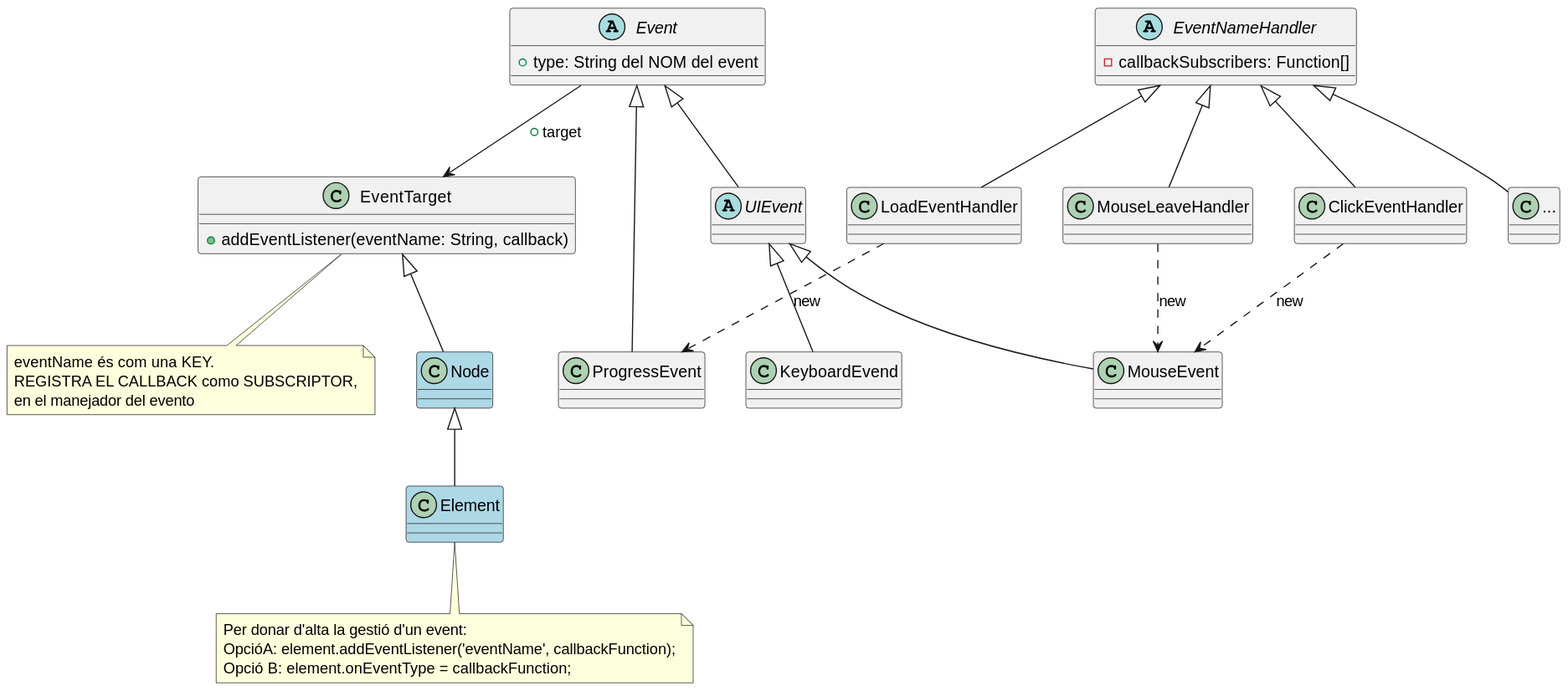
Earlier version of the PlantUML export out/docs/dhtml/EV/events.svg (PabloMartinFluvia/tech-dhtml).
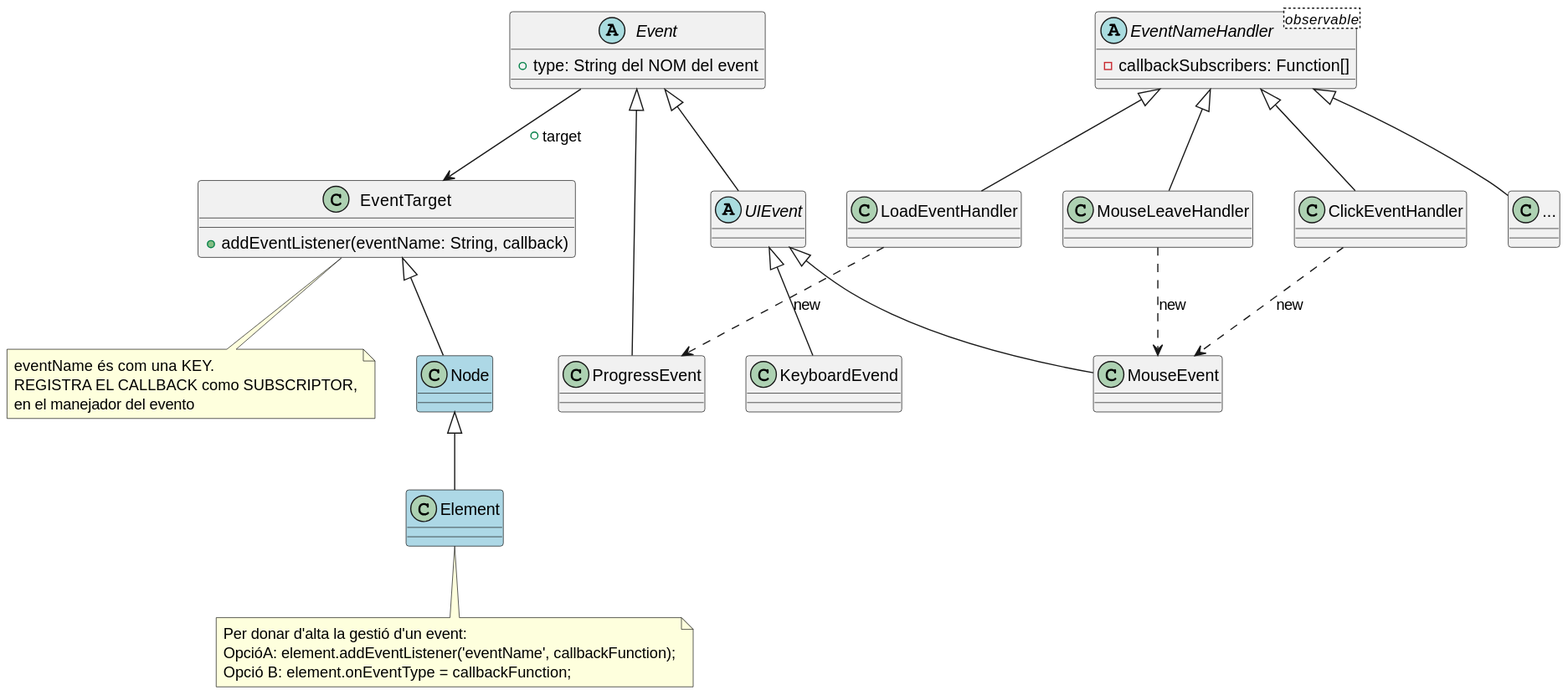
After the commit.

The edit, as a diff of the source:
```diff
@@ -26,7 +26,7 @@
 en el manejador del evento
 end note
 
-abstract EventNameHandler {
+abstract EventNameHandler <observable>{
     - callbackSubscribers: Function[]
 }
 
```
